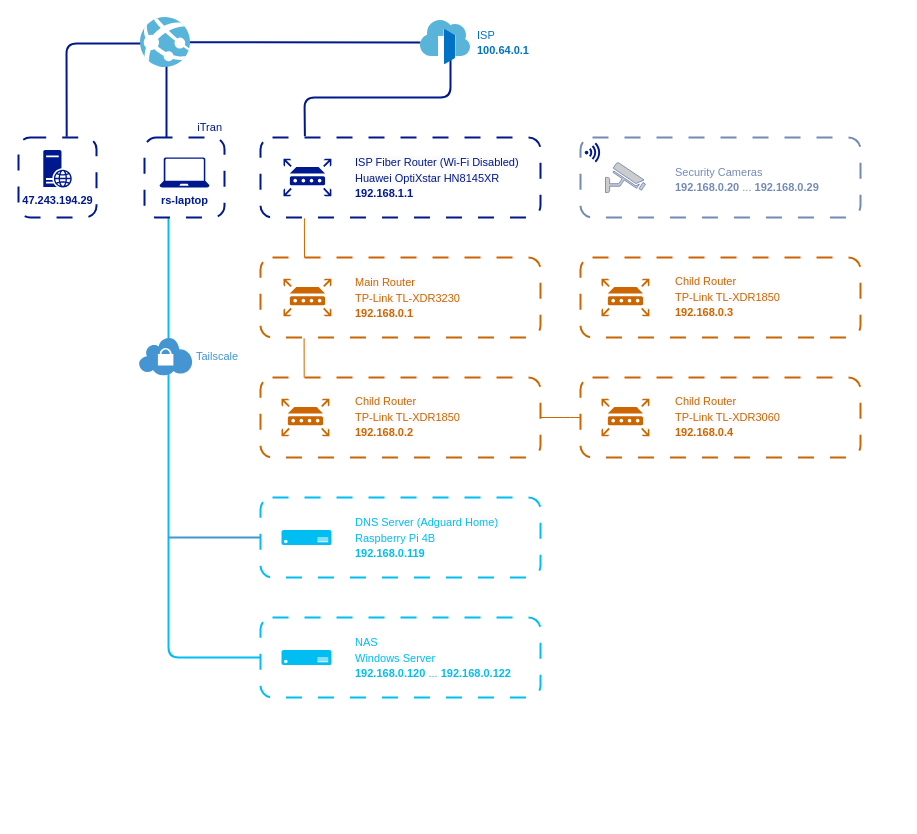
Earlier version of the draw.io diagram home.drawio (lzcapp/Network-Diagram). Source tidied: cells renumbered, new cells numbered last; positions are measured from the earlier drawing's top-left corner, leaving out a move shared by most shapes. Both pictures are drawn from the tidied source at 100%, with x=0, y=0 at pixel (18, 17).
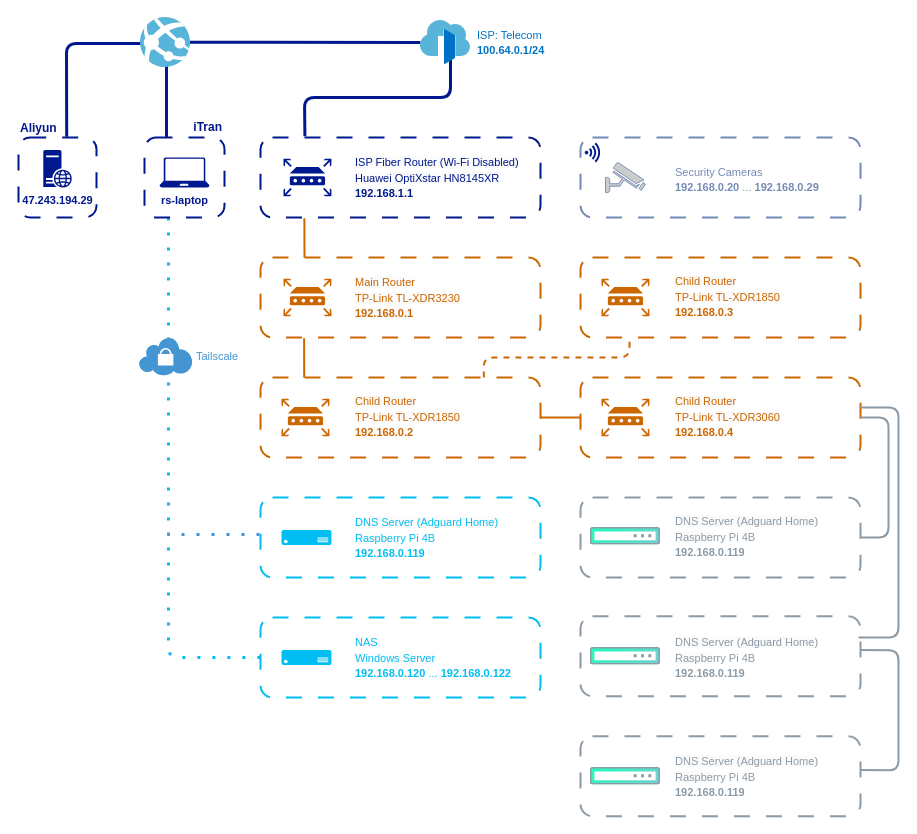
Above is the later version.

Unchanged cells that the change refers to:
```xml
<mxCell id="2" style="rounded=1;whiteSpace=wrap;html=1;dashed=1;strokeWidth=2;fillColor=none;strokeColor=#00188d;fontColor=#00188d;dashPattern=8 8;" parent="1" vertex="1">
  <mxGeometry y="120" width="78" height="80" as="geometry" />
</mxCell>
<mxCell id="9" style="image;sketch=0;html=1;points=[];align=center;fontSize=12;image=img/lib/mscae/Front_Doors.svg;" parent="1" vertex="1">
  <mxGeometry x="402" y="3" width="50" height="44" as="geometry" />
</mxCell>
<mxCell id="13" style="rounded=1;whiteSpace=wrap;html=1;dashed=1;strokeWidth=2;fillColor=none;strokeColor=#00188d;fontColor=#00188d;dashPattern=8 8;" parent="1" vertex="1">
  <mxGeometry x="126" y="120" width="80" height="80" as="geometry" />
</mxCell>
<mxCell id="24" style="rounded=1;whiteSpace=wrap;html=1;fontSize=16;fillColor=none;strokeWidth=2;dashed=1;perimeterSpacing=0;strokeColor=#CC6600;dashPattern=8 8;" parent="1" vertex="1">
  <mxGeometry x="242" y="360" width="280" height="80" as="geometry" />
</mxCell>
<mxCell id="30" style="rounded=1;whiteSpace=wrap;html=1;fontSize=16;fillColor=none;strokeWidth=2;dashed=1;perimeterSpacing=0;strokeColor=#CC6600;dashPattern=8 8;" parent="1" vertex="1">
  <mxGeometry x="562" y="360" width="280" height="80" as="geometry" />
</mxCell>
<mxCell id="39" style="rounded=1;whiteSpace=wrap;html=1;fontSize=16;fillColor=none;strokeWidth=2;dashed=1;perimeterSpacing=0;strokeColor=#00bef2;dashPattern=8 8;" parent="1" vertex="1">
  <mxGeometry x="242" y="600" width="280" height="80" as="geometry" />
</mxCell>
<mxCell id="42" style="rounded=1;whiteSpace=wrap;html=1;fontSize=16;fillColor=none;strokeWidth=2;dashed=1;perimeterSpacing=0;strokeColor=#00bef2;dashPattern=8 8;" parent="1" vertex="1">
  <mxGeometry x="242" y="480" width="280" height="80" as="geometry" />
</mxCell>
```

The edit, as a diff of the source:
```diff
@@
-    <mxCell id="3" style="endArrow=none;html=1;rounded=1;endFill=0;strokeColor=#00188d;strokeWidth=2;exitX=0.618;exitY=-0.01;exitDx=0;exitDy=0;exitPerimeter=0;" parent="1" edge="1" source="2">
+    <mxCell id="3" style="endArrow=none;html=1;rounded=1;endFill=0;strokeColor=#00188d;strokeWidth=3;exitX=0.618;exitY=-0.01;exitDx=0;exitDy=0;exitPerimeter=0;" parent="1" edge="1" source="2">
       <mxGeometry relative="1" as="geometry">
         <mxPoint x="166" y="26" as="targetPoint" />
         <Array as="points">
           <mxPoint x="48" y="26" />
         </Array>
       </mxGeometry>
     </mxCell>
-    <mxCell id="4" style="endArrow=none;html=1;rounded=1;endFill=0;strokeColor=#00bef2;strokeWidth=2;entryX=0;entryY=0.5;entryDx=0;entryDy=0;exitX=0.3;exitY=1;exitDx=0;exitDy=0;exitPerimeter=0;" parent="1" edge="1" source="13" target="39">
+    <mxCell id="4" style="endArrow=none;html=1;rounded=1;endFill=0;strokeColor=#00bef2;strokeWidth=3;entryX=0;entryY=0.5;entryDx=0;entryDy=0;exitX=0.3;exitY=1;exitDx=0;exitDy=0;exitPerimeter=0;dashed=1;dashPattern=1 4;" parent="1" edge="1" source="13" target="39">
       <mxGeometry relative="1" as="geometry">
         <Array as="points">
           <mxPoint x="150" y="640" />
         </Array>
       </mxGeometry>
     </mxCell>
@@
-    <mxCell id="7" style="endArrow=none;html=1;rounded=1;strokeWidth=2;strokeColor=#00188d;" parent="1" edge="1" target="9">
+    <mxCell id="7" style="endArrow=none;html=1;rounded=1;strokeWidth=3;strokeColor=#00188d;" parent="1" edge="1" target="9">
       <mxGeometry relative="1" as="geometry">
         <mxPoint x="152" y="24.7" as="sourcePoint" />
       </mxGeometry>
     </mxCell>
-    <mxCell id="8" style="endArrow=none;html=1;rounded=1;endFill=0;strokeColor=#00188d;exitX=0.148;exitY=-0.015;exitDx=0;exitDy=0;exitPerimeter=0;strokeWidth=2;entryX=0.6;entryY=0.841;entryDx=0;entryDy=0;entryPerimeter=0;" parent="1" edge="1" target="9">
+    <mxCell id="8" style="endArrow=none;html=1;rounded=1;endFill=0;strokeColor=#00188d;exitX=0.148;exitY=-0.015;exitDx=0;exitDy=0;exitPerimeter=0;strokeWidth=3;entryX=0.6;entryY=0.841;entryDx=0;entryDy=0;entryPerimeter=0;" parent="1" edge="1" target="9">
       <mxGeometry relative="1" as="geometry">
         <mxPoint x="286.4" y="118.8" as="sourcePoint" />
         <Array as="points">
           <mxPoint x="286" y="80" />
           <mxPoint x="432" y="80" />
         </Array>
       </mxGeometry>
     </mxCell>
@@
-    <mxCell id="10" style="endArrow=none;html=1;rounded=1;strokeWidth=2;exitX=0.258;exitY=0;exitDx=0;exitDy=0;exitPerimeter=0;strokeColor=#00188d;" parent="1" edge="1">
+    <mxCell id="10" style="endArrow=none;html=1;rounded=1;strokeWidth=3;exitX=0.258;exitY=0;exitDx=0;exitDy=0;exitPerimeter=0;strokeColor=#00188d;" parent="1" edge="1">
       <mxGeometry relative="1" as="geometry">
         <mxPoint x="148" y="120" as="sourcePoint" />
         <mxPoint x="148" y="47" as="targetPoint" />
       </mxGeometry>
     </mxCell>
@@
-    <mxCell id="15" value="&lt;font style=&quot;font-size: 11px;&quot;&gt;iTran&lt;/font&gt;" style="rounded=1;whiteSpace=wrap;html=1;fontSize=11;strokeColor=none;fillColor=none;fontColor=#00188d;align=right;" parent="1" vertex="1">
+    <mxCell id="15" value="&lt;font style=&quot;font-size: 12px;&quot;&gt;iTran&lt;/font&gt;" style="rounded=1;whiteSpace=wrap;html=1;fontSize=12;strokeColor=none;fillColor=none;fontColor=#00188d;align=right;fontStyle=1;" parent="1" vertex="1">
       <mxGeometry x="166" y="100" width="40" height="20" as="geometry" />
     </mxCell>
-    <mxCell id="16" value="&lt;font style=&quot;font-size: 11px;&quot;&gt;&lt;span style=&quot;font-weight: normal;&quot;&gt;ISP&lt;/span&gt;&lt;br&gt;100.64.0.1&lt;/font&gt;" style="text;align=left;verticalAlign=middle;strokeColor=none;fillColor=none;fontSize=12;fontStyle=1;html=1;fontColor=#0072c6;" parent="1" vertex="1">
-      <mxGeometry x="457" y="5" width="80" height="40" as="geometry" />
+    <mxCell id="16" value="&lt;font style=&quot;font-size: 11px;&quot;&gt;&lt;span style=&quot;font-weight: normal;&quot;&gt;ISP: Telecom&lt;/span&gt;&lt;br&gt;100.64.0.1/24&lt;/font&gt;" style="text;align=left;verticalAlign=middle;strokeColor=none;fillColor=none;fontSize=12;fontStyle=1;html=1;fontColor=#0072c6;" parent="1" vertex="1">
+      <mxGeometry x="457" y="5" width="90" height="40" as="geometry" />
     </mxCell>
@@
-    <mxCell id="21" style="endArrow=none;html=1;rounded=1;fontSize=12;startSize=8;endSize=8;entryX=0.139;entryY=1.01;entryDx=0;entryDy=0;entryPerimeter=0;strokeColor=#CC6600;" parent="1" edge="1">
+    <mxCell id="21" style="endArrow=none;html=1;rounded=1;fontSize=12;startSize=8;endSize=8;entryX=0.139;entryY=1.01;entryDx=0;entryDy=0;entryPerimeter=0;strokeColor=#CC6600;strokeWidth=2;" parent="1" edge="1">
       <mxGeometry relative="1" as="geometry">
         <mxPoint x="286" y="240" as="sourcePoint" />
         <mxPoint x="285.9" y="200.8" as="targetPoint" />
       </mxGeometry>
     </mxCell>
@@
-    <mxCell id="33" style="endArrow=none;html=1;rounded=1;fontSize=12;startSize=8;endSize=8;entryX=0.139;entryY=1.01;entryDx=0;entryDy=0;entryPerimeter=0;strokeColor=#CC6600;" parent="1" edge="1">
+    <mxCell id="33" style="endArrow=none;html=1;rounded=1;fontSize=12;startSize=8;endSize=8;entryX=0.139;entryY=1.01;entryDx=0;entryDy=0;entryPerimeter=0;strokeColor=#CC6600;strokeWidth=2;" parent="1" edge="1">
       <mxGeometry relative="1" as="geometry">
         <mxPoint x="285.7" y="360" as="sourcePoint" />
         <mxPoint x="285.6" y="320.8" as="targetPoint" />
       </mxGeometry>
     </mxCell>
-    <mxCell id="34" style="endArrow=none;html=1;rounded=0;fontSize=12;startSize=8;endSize=8;curved=1;entryX=1;entryY=0.5;entryDx=0;entryDy=0;strokeColor=#CC6600;exitX=0;exitY=0.5;exitDx=0;exitDy=0;" parent="1" edge="1" source="30" target="24">
+    <mxCell id="34" style="endArrow=none;html=1;rounded=0;fontSize=12;startSize=8;endSize=8;curved=1;entryX=1;entryY=0.5;entryDx=0;entryDy=0;strokeColor=#CC6600;exitX=0;exitY=0.5;exitDx=0;exitDy=0;strokeWidth=2;" parent="1" edge="1" source="30" target="24">
       <mxGeometry relative="1" as="geometry" />
     </mxCell>
@@
-    <mxCell id="45" style="endArrow=none;html=1;rounded=1;fontSize=12;startSize=8;endSize=8;fontColor=#00bef2;strokeColor=#4495d1;strokeWidth=2;exitX=0;exitY=0.5;exitDx=0;exitDy=0;" parent="1" edge="1" source="42">
+    <mxCell id="45" style="endArrow=none;html=1;rounded=1;fontSize=12;startSize=8;endSize=8;fontColor=#00bef2;strokeColor=#4495d1;strokeWidth=3;exitX=0;exitY=0.5;exitDx=0;exitDy=0;dashed=1;dashPattern=1 4;" parent="1" edge="1">
       <mxGeometry relative="1" as="geometry">
-        <mxPoint x="150" y="520" as="targetPoint" />
+        <mxPoint x="241" y="517" as="sourcePoint" />
+        <mxPoint x="149" y="517" as="targetPoint" />
       </mxGeometry>
     </mxCell>
@@
+    <mxCell id="47" style="endArrow=none;html=1;rounded=1;endFill=0;strokeColor=#cc6600;exitX=0.148;exitY=-0.015;exitDx=0;exitDy=0;exitPerimeter=0;strokeWidth=2;dashed=1;" parent="1" edge="1">
+      <mxGeometry relative="1" as="geometry">
+        <mxPoint x="465.4" y="360" as="sourcePoint" />
+        <mxPoint x="611" y="320" as="targetPoint" />
+        <Array as="points">
+          <mxPoint x="465" y="340" />
+          <mxPoint x="540" y="340" />
+          <mxPoint x="611" y="340" />
+        </Array>
+      </mxGeometry>
+    </mxCell>
+    <mxCell id="48" style="image;perimeter=ellipsePerimeter;html=1;align=center;fontSize=12;verticalAlign=top;fontColor=#364149;shadow=0;dashed=0;image=img/lib/cumulus/switch_out_of_band.svg;" parent="1" vertex="1">
+      <mxGeometry x="572" y="510" width="70" height="17.5" as="geometry" />
+    </mxCell>
+    <mxCell id="49" style="image;perimeter=ellipsePerimeter;html=1;align=center;fontSize=12;verticalAlign=top;fontColor=#364149;shadow=0;dashed=0;image=img/lib/cumulus/switch_out_of_band.svg;" parent="1" vertex="1">
+      <mxGeometry x="572" y="750" width="70" height="17.5" as="geometry" />
+    </mxCell>
+    <mxCell id="50" style="image;perimeter=ellipsePerimeter;html=1;align=center;fontSize=12;verticalAlign=top;fontColor=#364149;shadow=0;dashed=0;image=img/lib/cumulus/switch_out_of_band.svg;" parent="1" vertex="1">
+      <mxGeometry x="572" y="630" width="70" height="17.5" as="geometry" />
+    </mxCell>
+    <mxCell id="51" style="rounded=1;whiteSpace=wrap;html=1;fontSize=16;fillColor=none;strokeWidth=2;dashed=1;perimeterSpacing=0;strokeColor=#8c9aa6;dashPattern=8 8;" parent="1" vertex="1">
+      <mxGeometry x="562" y="480" width="280" height="80" as="geometry" />
+    </mxCell>
+    <mxCell id="52" style="rounded=1;whiteSpace=wrap;html=1;fontSize=16;fillColor=none;strokeWidth=2;dashed=1;perimeterSpacing=0;strokeColor=#8c9aa6;dashPattern=8 8;" parent="1" vertex="1">
+      <mxGeometry x="562" y="598.8" width="280" height="80" as="geometry" />
+    </mxCell>
+    <mxCell id="53" style="rounded=1;whiteSpace=wrap;html=1;fontSize=16;fillColor=none;strokeWidth=2;dashed=1;perimeterSpacing=0;strokeColor=#8c9aa6;dashPattern=8 8;" parent="1" vertex="1">
+      <mxGeometry x="562" y="718.8" width="280" height="80" as="geometry" />
+    </mxCell>
+    <mxCell id="54" value="&lt;p style=&quot;line-height: 90%;&quot;&gt;&lt;span style=&quot;orphans: 2; text-align: left; text-indent: 0px; widows: 2; background-color: rgb(251, 251, 251); text-decoration-thickness: initial; text-decoration-style: initial; text-decoration-color: initial; float: none; display: inline !important; -webkit-text-stroke-width: 0px; word-spacing: 0px; text-transform: none; letter-spacing: normal; font-variant-caps: normal; font-variant-ligatures: normal; font-style: normal; font-size: 11px; font-family: Helvetica;&quot;&gt;DNS Server (Adguard Home)&lt;br&gt;&lt;span style=&quot;font-family: Helvetica; font-size: 11px; font-style: normal; font-variant-ligatures: normal; font-variant-caps: normal; letter-spacing: normal; text-transform: none; word-spacing: 0px; -webkit-text-stroke-width: 0px;&quot;&gt;Raspbe&lt;/span&gt;&lt;/span&gt;&lt;span style=&quot;font-size: 11px;&quot;&gt;rry Pi 4B&lt;br&gt;&lt;/span&gt;&lt;b style=&quot;background-color: initial; font-size: 11px;&quot;&gt;192.168.0.119&lt;/b&gt;&lt;/p&gt;" style="text;whiteSpace=wrap;html=1;fontSize=16;fontColor=#8c9aa6;verticalAlign=middle;fillColor=none;" parent="1" vertex="1">
+      <mxGeometry x="655" y="498.8" width="170" height="40" as="geometry" />
+    </mxCell>
+    <mxCell id="55" value="&lt;p style=&quot;line-height: 90%;&quot;&gt;&lt;span style=&quot;orphans: 2; text-align: left; text-indent: 0px; widows: 2; background-color: rgb(251, 251, 251); text-decoration-thickness: initial; text-decoration-style: initial; text-decoration-color: initial; float: none; display: inline !important; -webkit-text-stroke-width: 0px; word-spacing: 0px; text-transform: none; letter-spacing: normal; font-variant-caps: normal; font-variant-ligatures: normal; font-style: normal; font-size: 11px; font-family: Helvetica;&quot;&gt;DNS Server (Adguard Home)&lt;br&gt;&lt;span style=&quot;font-family: Helvetica; font-size: 11px; font-style: normal; font-variant-ligatures: normal; font-variant-caps: normal; letter-spacing: normal; text-transform: none; word-spacing: 0px; -webkit-text-stroke-width: 0px;&quot;&gt;Raspbe&lt;/span&gt;&lt;/span&gt;&lt;span style=&quot;font-size: 11px;&quot;&gt;rry Pi 4B&lt;br&gt;&lt;/span&gt;&lt;b style=&quot;background-color: initial; font-size: 11px;&quot;&gt;192.168.0.119&lt;/b&gt;&lt;/p&gt;" style="text;whiteSpace=wrap;html=1;fontSize=16;fontColor=#8c9aa6;verticalAlign=middle;fillColor=none;" parent="1" vertex="1">
+      <mxGeometry x="655" y="620" width="170" height="40" as="geometry" />
+    </mxCell>
+    <mxCell id="56" value="&lt;p style=&quot;line-height: 90%;&quot;&gt;&lt;span style=&quot;orphans: 2; text-align: left; text-indent: 0px; widows: 2; background-color: rgb(251, 251, 251); text-decoration-thickness: initial; text-decoration-style: initial; text-decoration-color: initial; float: none; display: inline !important; -webkit-text-stroke-width: 0px; word-spacing: 0px; text-transform: none; letter-spacing: normal; font-variant-caps: normal; font-variant-ligatures: normal; font-style: normal; font-size: 11px; font-family: Helvetica;&quot;&gt;DNS Server (Adguard Home)&lt;br&gt;&lt;span style=&quot;font-family: Helvetica; font-size: 11px; font-style: normal; font-variant-ligatures: normal; font-variant-caps: normal; letter-spacing: normal; text-transform: none; word-spacing: 0px; -webkit-text-stroke-width: 0px;&quot;&gt;Raspbe&lt;/span&gt;&lt;/span&gt;&lt;span style=&quot;font-size: 11px;&quot;&gt;rry Pi 4B&lt;br&gt;&lt;/span&gt;&lt;b style=&quot;background-color: initial; font-size: 11px;&quot;&gt;192.168.0.119&lt;/b&gt;&lt;/p&gt;" style="text;whiteSpace=wrap;html=1;fontSize=16;fontColor=#8c9aa6;verticalAlign=middle;fillColor=none;" parent="1" vertex="1">
+      <mxGeometry x="655" y="738.8" width="170" height="40" as="geometry" />
+    </mxCell>
+    <mxCell id="57" value="Aliyun" style="text;html=1;align=left;verticalAlign=bottom;strokeColor=none;fillColor=none;fontColor=#00188d;fontStyle=1;" parent="1" vertex="1">
+      <mxGeometry y="90" width="60" height="30" as="geometry" />
+    </mxCell>
+    <mxCell id="58" style="endArrow=none;html=1;rounded=1;endFill=0;strokeColor=#8c9aa6;exitX=1;exitY=0.5;exitDx=0;exitDy=0;strokeWidth=2;entryX=1;entryY=0.5;entryDx=0;entryDy=0;" parent="1" edge="1" source="30" target="51">
+      <mxGeometry relative="1" as="geometry">
+        <Array as="points">
+          <mxPoint x="870" y="400" />
+          <mxPoint x="870" y="480" />
+          <mxPoint x="870" y="520" />
+        </Array>
+      </mxGeometry>
+    </mxCell>
+    <mxCell id="59" style="endArrow=none;html=1;rounded=1;endFill=0;strokeColor=#8c9aa6;strokeWidth=2;" parent="1" edge="1">
+      <mxGeometry relative="1" as="geometry">
+        <mxPoint x="842" y="390" as="sourcePoint" />
+        <mxPoint x="840" y="620" as="targetPoint" />
+        <Array as="points">
+          <mxPoint x="880" y="390" />
+          <mxPoint x="880" y="490" />
+          <mxPoint x="880" y="620" />
+        </Array>
+      </mxGeometry>
+    </mxCell>
+    <mxCell id="60" style="endArrow=none;html=1;rounded=1;endFill=0;strokeColor=#8c9aa6;exitX=1;exitY=0.5;exitDx=0;exitDy=0;strokeWidth=2;entryX=1;entryY=0.5;entryDx=0;entryDy=0;" parent="1" edge="1">
+      <mxGeometry relative="1" as="geometry">
+        <mxPoint x="842" y="632.5" as="sourcePoint" />
+        <mxPoint x="842" y="752.5" as="targetPoint" />
+        <Array as="points">
+          <mxPoint x="880" y="633" />
+          <mxPoint x="880" y="713" />
+          <mxPoint x="880" y="753" />
+        </Array>
+      </mxGeometry>
+    </mxCell>
```
